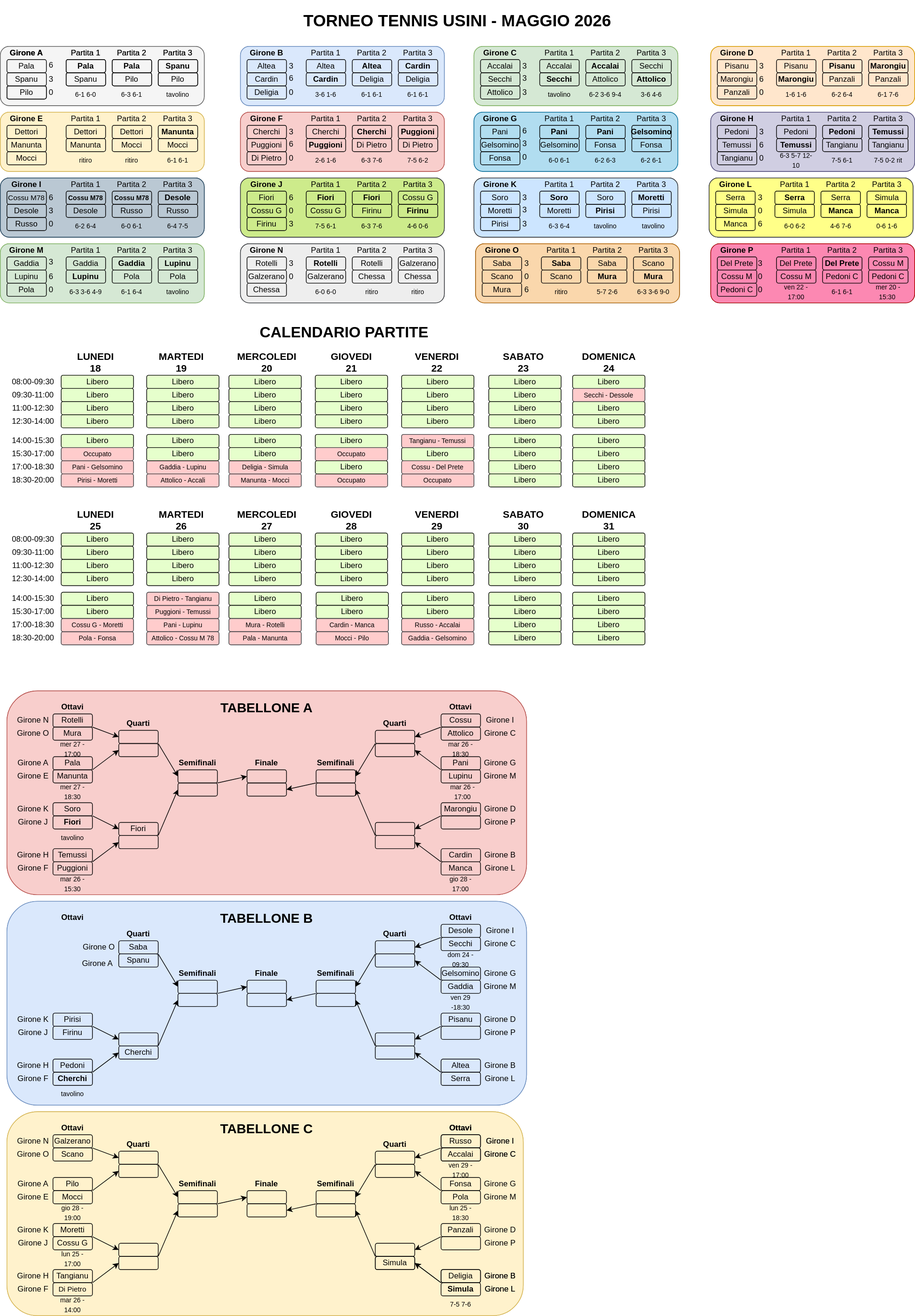
Above: torneo-tennis-2026/tabellone.drawio.svg in cscalaresu/tornei (draw.io), before the change. Source tidied: cells renumbered, new cells last; positions are measured from the earlier drawing's top-left corner, leaving out a move shared by most shapes.
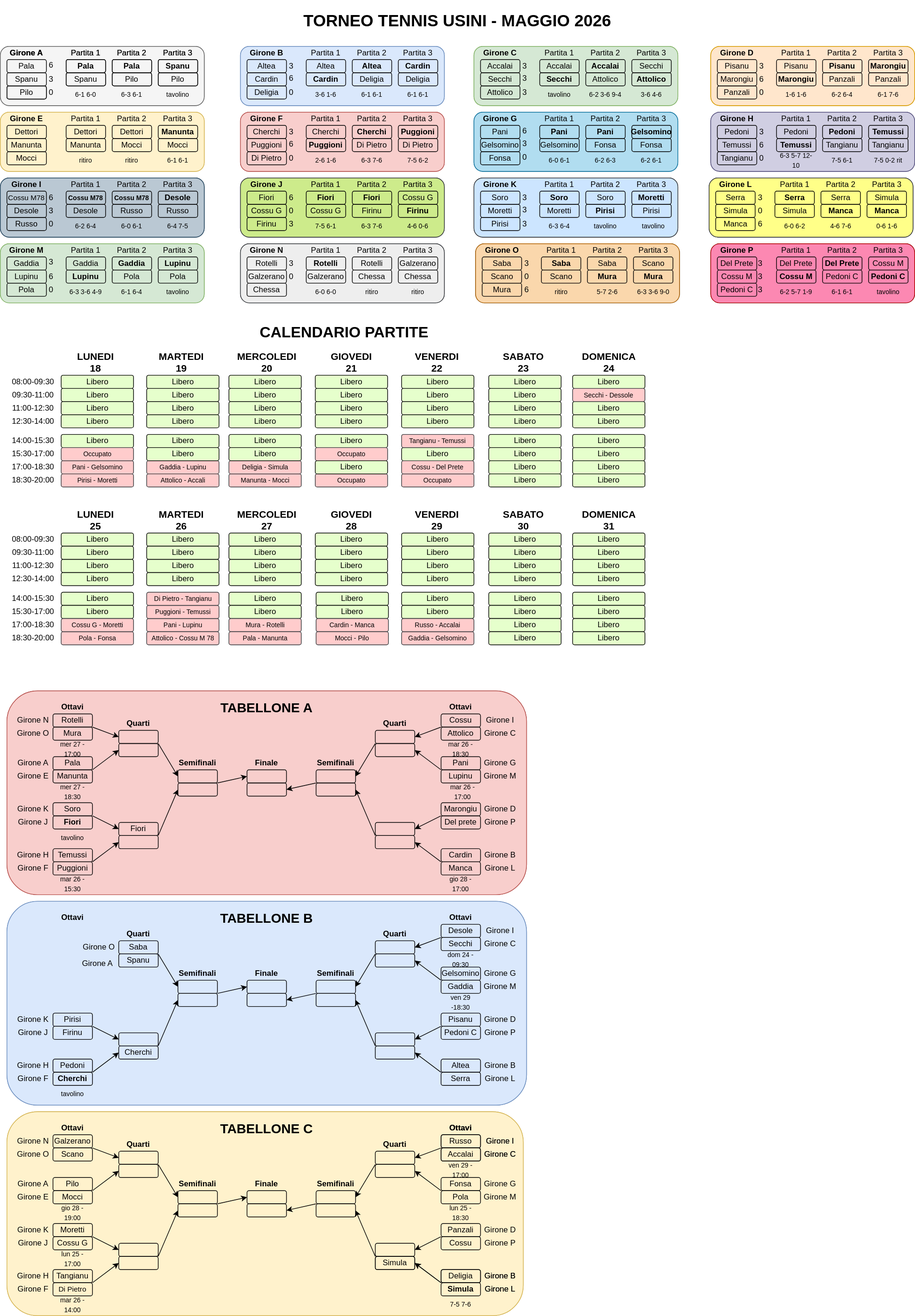
The same file after the commit.

The edit, as a diff of the source:
```diff
@@ -776,7 +776,7 @@
     <mxCell id="259" value="Partita 3" style="text;html=1;align=center;verticalAlign=middle;whiteSpace=wrap;rounded=0;" parent="1" vertex="1">
       <mxGeometry x="962.5" y="370" width="60" height="20" as="geometry" />
     </mxCell>
-    <mxCell id="260" value="Pedoni C" style="rounded=1;whiteSpace=wrap;html=1;fillColor=none;" parent="1" vertex="1">
+    <mxCell id="260" value="Pedoni C" style="rounded=1;whiteSpace=wrap;html=1;fillColor=none;fontStyle=1;" parent="1" vertex="1">
       <mxGeometry x="1320" y="410" width="60" height="20" as="geometry" />
     </mxCell>
     <mxCell id="261" value="Pedoni C" style="rounded=1;whiteSpace=wrap;html=1;fillColor=none;" parent="1" vertex="1">
@@ -794,7 +794,7 @@
     <mxCell id="265" value="Mura" style="rounded=1;whiteSpace=wrap;html=1;fillColor=none;fontStyle=1;" parent="1" vertex="1">
       <mxGeometry x="962.5" y="410" width="60" height="20" as="geometry" />
     </mxCell>
-    <mxCell id="266" value="Cossu M" style="rounded=1;whiteSpace=wrap;html=1;fillColor=none;" parent="1" vertex="1">
+    <mxCell id="266" value="Cossu M" style="rounded=1;whiteSpace=wrap;html=1;fillColor=none;fontStyle=1;" parent="1" vertex="1">
       <mxGeometry x="1180" y="410" width="60" height="20" as="geometry" />
     </mxCell>
     <mxCell id="267" value="Cossu M" style="rounded=1;whiteSpace=wrap;html=1;fillColor=none;" parent="1" vertex="1">
@@ -1573,7 +1573,7 @@
     <mxCell id="522" value="&lt;span style=&quot;font-weight: normal;&quot;&gt;Marongiu&lt;/span&gt;" style="rounded=1;whiteSpace=wrap;html=1;fillColor=none;fontStyle=1;" parent="1" vertex="1">
       <mxGeometry x="670" y="1220" width="60" height="20" as="geometry" />
     </mxCell>
-    <mxCell id="523" value="&lt;font style=&quot;font-size: 12px;&quot;&gt;&lt;br&gt;&lt;/font&gt;" style="rounded=1;whiteSpace=wrap;html=1;fillColor=none;fontStyle=1;" parent="1" vertex="1">
+    <mxCell id="523" value="&lt;font style=&quot;font-size: 12px;&quot;&gt;Del prete&lt;/font&gt;" style="rounded=1;whiteSpace=wrap;html=1;fillColor=none;fontStyle=0;" parent="1" vertex="1">
       <mxGeometry x="670" y="1240" width="60" height="20" as="geometry" />
     </mxCell>
     <mxCell id="524" value="Cardin" style="rounded=1;whiteSpace=wrap;html=1;fillColor=none;" parent="1" vertex="1">
@@ -1758,7 +1758,7 @@
     <mxCell id="583" value="&lt;span style=&quot;font-weight: normal;&quot;&gt;Pisanu&lt;/span&gt;" style="rounded=1;whiteSpace=wrap;html=1;fillColor=none;fontStyle=1;" parent="1" vertex="1">
       <mxGeometry x="670" y="1540" width="60" height="20" as="geometry" />
     </mxCell>
-    <mxCell id="584" style="rounded=1;whiteSpace=wrap;html=1;fillColor=none;fontStyle=1;" parent="1" vertex="1">
+    <mxCell id="584" value="&lt;span style=&quot;font-weight: normal;&quot;&gt;Pedoni C&lt;/span&gt;" style="rounded=1;whiteSpace=wrap;html=1;fillColor=none;fontStyle=1;" parent="1" vertex="1">
       <mxGeometry x="670" y="1560" width="60" height="20" as="geometry" />
     </mxCell>
     <mxCell id="585" value="Altea" style="rounded=1;whiteSpace=wrap;html=1;fillColor=none;" parent="1" vertex="1">
@@ -1946,7 +1946,7 @@
     <mxCell id="645" value="Panzali" style="rounded=1;whiteSpace=wrap;html=1;fillColor=none;" parent="1" vertex="1">
       <mxGeometry x="670" y="1860" width="60" height="20" as="geometry" />
     </mxCell>
-    <mxCell id="646" style="rounded=1;whiteSpace=wrap;html=1;fillColor=none;" parent="1" vertex="1">
+    <mxCell id="646" value="Cossu" style="rounded=1;whiteSpace=wrap;html=1;fillColor=none;" parent="1" vertex="1">
       <mxGeometry x="670" y="1880" width="60" height="20" as="geometry" />
     </mxCell>
     <mxCell id="647" value="&lt;b&gt;Quarti&lt;/b&gt;" style="text;html=1;align=center;verticalAlign=middle;whiteSpace=wrap;rounded=0;" parent="1" vertex="1">
@@ -2444,22 +2444,22 @@
     <mxCell id="810" value="&lt;font style=&quot;font-size: 10px;&quot;&gt;Occupato&lt;/font&gt;" style="rounded=1;whiteSpace=wrap;html=1;fillColor=#ffcccc;strokeColor=#36393d;" parent="1" vertex="1">
       <mxGeometry x="92.5" y="680" width="110" height="20" as="geometry" />
     </mxCell>
-    <mxCell id="811" value="0" style="text;html=1;whiteSpace=wrap;strokeColor=none;fillColor=none;align=center;verticalAlign=middle;rounded=0;" parent="1" vertex="1">
+    <mxCell id="811" value="3" style="text;html=1;whiteSpace=wrap;strokeColor=none;fillColor=none;align=center;verticalAlign=middle;rounded=0;" parent="1" vertex="1">
       <mxGeometry x="1147.5" y="407.5" width="15" height="25" as="geometry" />
     </mxCell>
-    <mxCell id="812" value="0" style="text;html=1;whiteSpace=wrap;strokeColor=none;fillColor=none;align=center;verticalAlign=middle;rounded=0;" parent="1" vertex="1">
+    <mxCell id="812" value="3" style="text;html=1;whiteSpace=wrap;strokeColor=none;fillColor=none;align=center;verticalAlign=middle;rounded=0;" parent="1" vertex="1">
       <mxGeometry x="1147.5" y="427.5" width="15" height="25" as="geometry" />
     </mxCell>
     <mxCell id="813" value="3" style="text;html=1;whiteSpace=wrap;strokeColor=none;fillColor=none;align=center;verticalAlign=middle;rounded=0;" parent="1" vertex="1">
       <mxGeometry x="1147.5" y="387.5" width="15" height="25" as="geometry" />
     </mxCell>
-    <mxCell id="814" value="&lt;font style=&quot;font-size: 10px;&quot;&gt;mer 20 - 15:30&amp;nbsp;&lt;/font&gt;" style="text;html=1;whiteSpace=wrap;strokeColor=none;fillColor=none;align=center;verticalAlign=middle;rounded=0;" parent="1" vertex="1">
+    <mxCell id="814" value="&lt;font style=&quot;font-size: 10px;&quot;&gt;tavolino&lt;/font&gt;" style="text;html=1;whiteSpace=wrap;strokeColor=none;fillColor=none;align=center;verticalAlign=middle;rounded=0;" parent="1" vertex="1">
       <mxGeometry x="1320" y="430" width="60" height="25" as="geometry" />
     </mxCell>
     <mxCell id="815" value="&lt;font style=&quot;font-size: 10px;&quot;&gt;Cossu - Del Prete&lt;/font&gt;" style="rounded=1;whiteSpace=wrap;html=1;fillColor=#ffcccc;strokeColor=#36393d;" parent="1" vertex="1">
       <mxGeometry x="610" y="700" width="110" height="20" as="geometry" />
     </mxCell>
-    <mxCell id="816" value="&lt;font style=&quot;font-size: 10px;&quot;&gt;ven 22 - 17:00&lt;/font&gt;" style="text;html=1;whiteSpace=wrap;strokeColor=none;fillColor=none;align=center;verticalAlign=middle;rounded=0;" parent="1" vertex="1">
+    <mxCell id="816" value="&lt;font style=&quot;font-size: 10px;&quot;&gt;6-2 5-7 1-9&lt;/font&gt;" style="text;html=1;whiteSpace=wrap;strokeColor=none;fillColor=none;align=center;verticalAlign=middle;rounded=0;" parent="1" vertex="1">
       <mxGeometry x="1180" y="430" width="60" height="25" as="geometry" />
     </mxCell>
     <mxCell id="817" value="&lt;div&gt;&lt;font style=&quot;font-size: 15px;&quot;&gt;&lt;b&gt;LUNEDI&lt;/b&gt;&lt;/font&gt;&lt;/div&gt;&lt;div&gt;&lt;font style=&quot;font-size: 15px;&quot;&gt;&lt;b&gt;25&lt;/b&gt;&lt;/font&gt;&lt;/div&gt;" style="text;html=1;align=center;verticalAlign=middle;whiteSpace=wrap;rounded=0;" parent="1" vertex="1">
```
